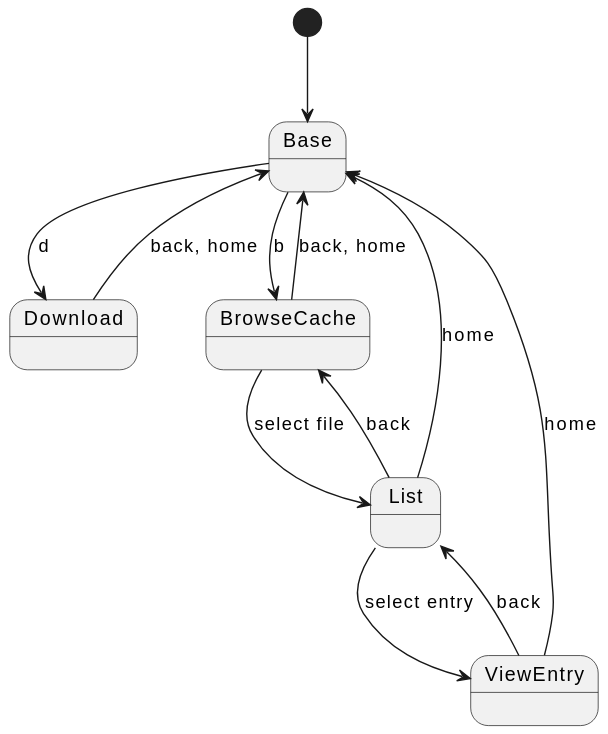
Before: states.svg, a diagram exported from PlantUML (pimg/certguard). Its diagram source:
```plantuml
@startuml
[*] --> Base
Base --> Download: d
Base --> BrowseCache: b
BrowseCache --> List: select file
List --> ViewEntry: select entry
ViewEntry --> List: back
ViewEntry --> Base: home
List --> BrowseCache: back
List --> Base: home
BrowseCache --> Base: back, home
Download --> Base: back, home
@enduml
```
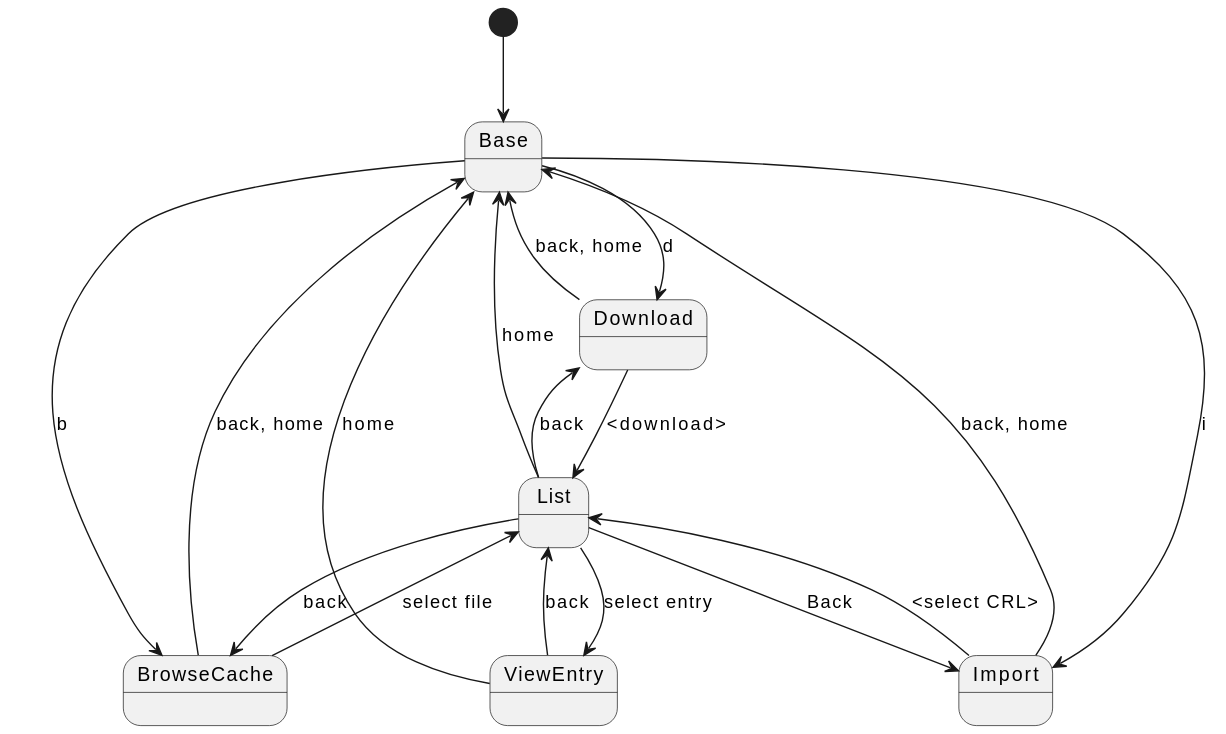
After the change.

Commit message:
update states svg to include browse and import (#46)

Change to the diagram source:
```diff
@@ -2,6 +2,10 @@
 [*] --> Base
 Base --> Download: d
 Base --> BrowseCache: b
+Base --> Import: i
+Import --> Base: back, home
+Import --> List: <select CRL>
+List --> Import: Back
 BrowseCache --> List: select file
 List --> ViewEntry: select entry
 ViewEntry --> List: back
@@ -10,4 +14,6 @@
 List --> Base: home
 BrowseCache --> Base: back, home
 Download --> Base: back, home
+Download --> List: <download>
+List --> Download: back
 @enduml
```
